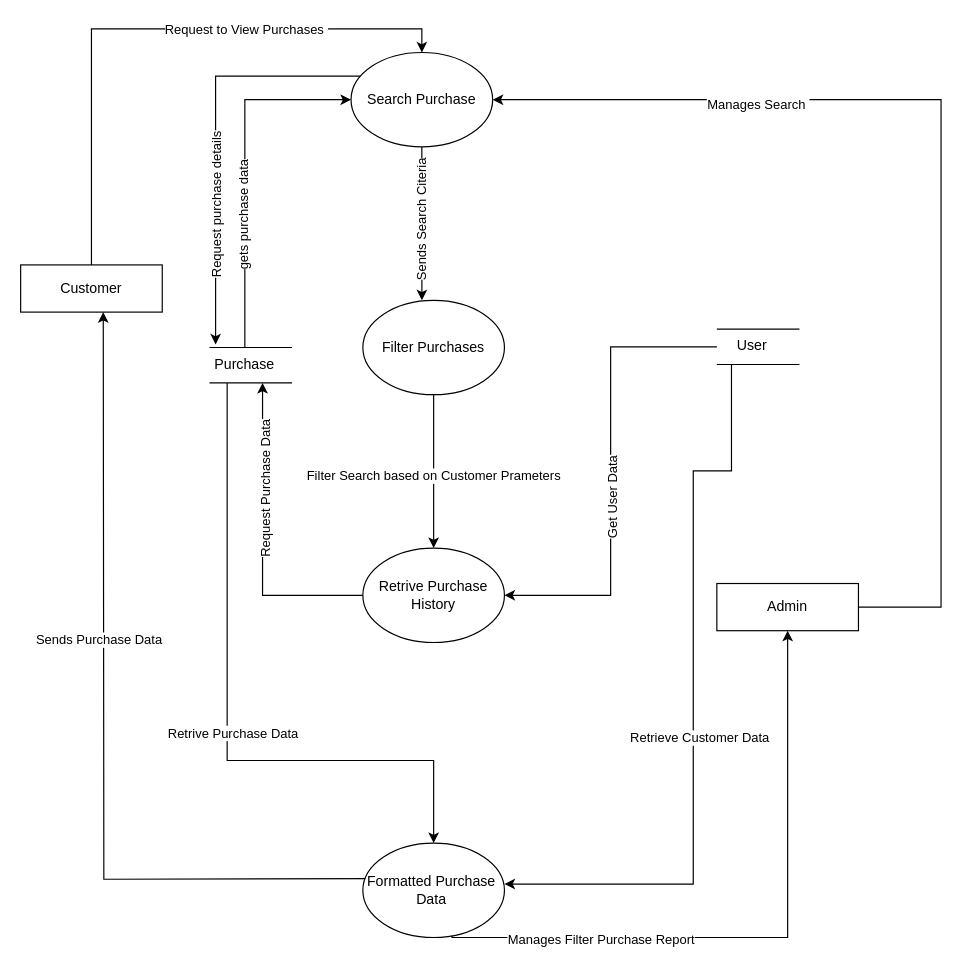
Above: View Purchase Level 0.drawio in pawal-karki/DRAW.IO (draw.io), before the change. Source tidied: cells renumbered, new cells numbered last; positions are measured from the earlier drawing's top-left corner, leaving out a move shared by most shapes. Both pictures are drawn from the tidied source at 118%, with x=0, y=0 at pixel (20, 28).
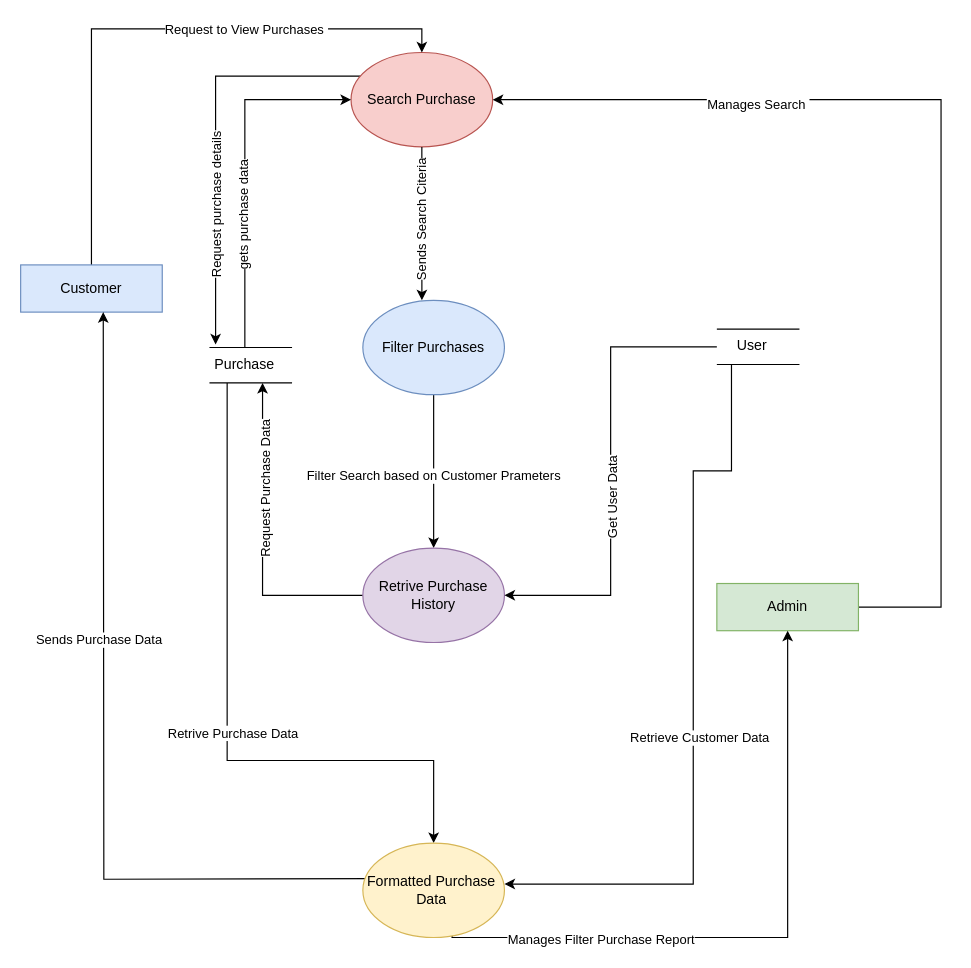
After the change.

What changed in the source:
```diff
@@
-    <mxCell id="4" value="Search Purchase" style="ellipse;whiteSpace=wrap;html=1;" parent="1" vertex="1">
+    <mxCell id="4" value="Search Purchase" style="ellipse;whiteSpace=wrap;html=1;fillColor=#f8cecc;strokeColor=#b85450;" parent="1" vertex="1">
       <mxGeometry x="280" y="20" width="120" height="80" as="geometry" />
     </mxCell>
@@
-    <mxCell id="7" value="Customer" style="rounded=0;whiteSpace=wrap;html=1;" parent="1" vertex="1">
+    <mxCell id="7" value="Customer" style="rounded=0;whiteSpace=wrap;html=1;fillColor=#dae8fc;strokeColor=#6c8ebf;" parent="1" vertex="1">
       <mxGeometry y="200" width="120" height="40" as="geometry" />
     </mxCell>
@@
-    <mxCell id="10" value="Admin" style="rounded=0;whiteSpace=wrap;html=1;" parent="1" vertex="1">
+    <mxCell id="10" value="Admin" style="rounded=0;whiteSpace=wrap;html=1;fillColor=#d5e8d4;strokeColor=#82b366;" parent="1" vertex="1">
       <mxGeometry x="590" y="470" width="120" height="40" as="geometry" />
     </mxCell>
@@
-    <mxCell id="13" value="Filter Purchases" style="ellipse;whiteSpace=wrap;html=1;" parent="1" vertex="1">
+    <mxCell id="13" value="Filter Purchases" style="ellipse;whiteSpace=wrap;html=1;fillColor=#dae8fc;strokeColor=#6c8ebf;" parent="1" vertex="1">
       <mxGeometry x="290" y="230" width="120" height="80" as="geometry" />
     </mxCell>
@@
-    <mxCell id="16" value="Retrive Purchase&lt;div&gt;History&lt;/div&gt;" style="ellipse;whiteSpace=wrap;html=1;" parent="1" vertex="1">
+    <mxCell id="16" value="Retrive Purchase&lt;div&gt;History&lt;/div&gt;" style="ellipse;whiteSpace=wrap;html=1;fillColor=#e1d5e7;strokeColor=#9673a6;" parent="1" vertex="1">
       <mxGeometry x="290" y="440" width="120" height="80" as="geometry" />
     </mxCell>
@@
-    <mxCell id="22" value="Formatted Purchase&amp;nbsp;&lt;div&gt;Data&amp;nbsp;&lt;/div&gt;" style="ellipse;whiteSpace=wrap;html=1;" parent="1" vertex="1">
+    <mxCell id="22" value="Formatted Purchase&amp;nbsp;&lt;div&gt;Data&amp;nbsp;&lt;/div&gt;" style="ellipse;whiteSpace=wrap;html=1;fillColor=#fff2cc;strokeColor=#d6b656;" parent="1" vertex="1">
       <mxGeometry x="290" y="690" width="120" height="80" as="geometry" />
     </mxCell>
```
